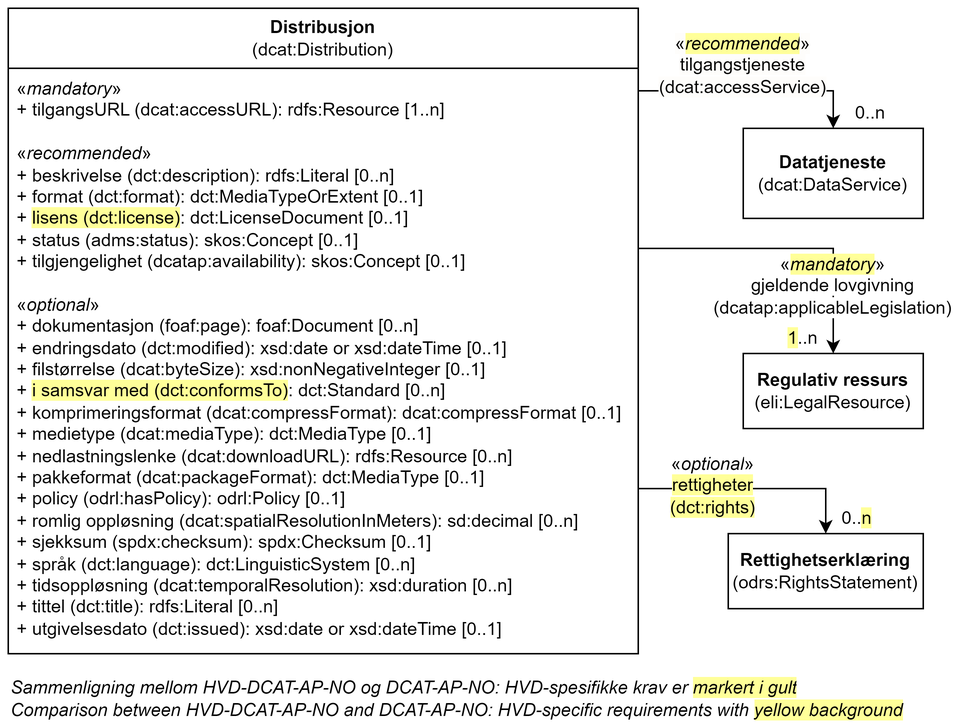
Earlier version of the draw.io export docs/images/Klassen-Distribusjon.png (Informasjonsforvaltning/hvd-dcat-ap-no). Source tidied: cells renumbered, new cells last; positions are measured from the earlier drawing's top-left corner, leaving out a move shared by most shapes.
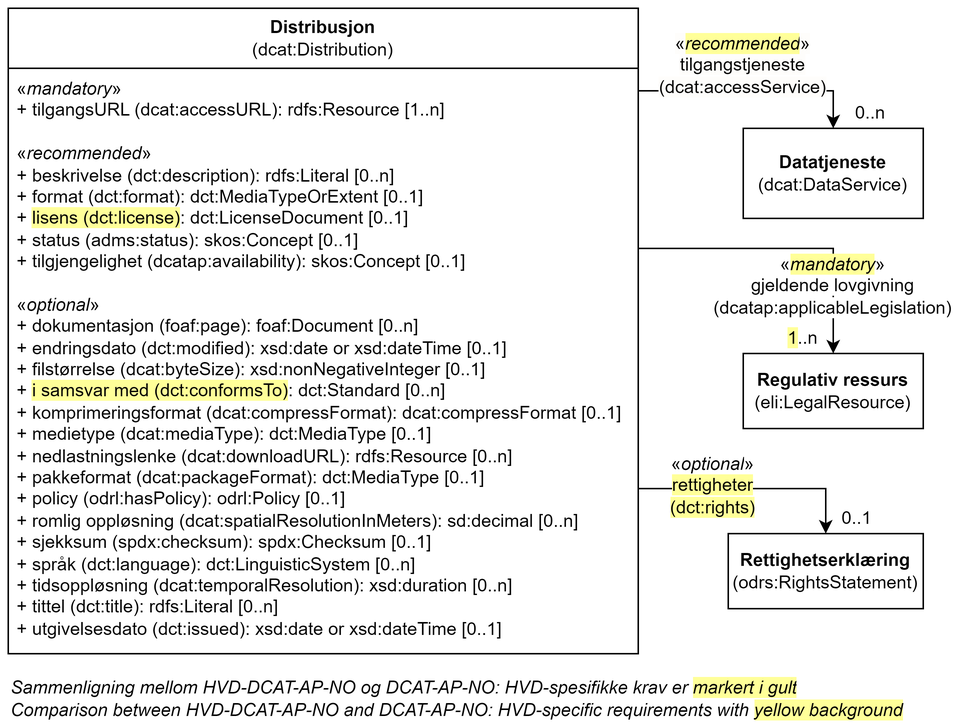
The same diagram one commit later.

Change to the diagram source:
```diff
@@ -57,7 +57,7 @@
     <mxCell id="14" value="&lt;span style=&quot;background-color: rgb(255, 255, 255);&quot;&gt;«&lt;/span&gt;&lt;i style=&quot;background-color: rgb(255, 255, 255);&quot;&gt;optional&lt;/i&gt;&lt;span style=&quot;background-color: rgb(255, 255, 255);&quot;&gt;»&lt;/span&gt;&lt;br&gt;&lt;span style=&quot;color: rgb(0, 0, 0); font-family: Helvetica; font-size: 12px; font-style: normal; font-variant-ligatures: normal; font-variant-caps: normal; font-weight: 400; letter-spacing: normal; orphans: 2; text-align: left; text-indent: 0px; text-transform: none; widows: 2; word-spacing: 0px; -webkit-text-stroke-width: 0px; white-space: normal; text-decoration-thickness: initial; text-decoration-style: initial; text-decoration-color: initial; float: none; display: inline !important; background-color: rgb(255, 255, 153);&quot;&gt;rettigheter (dct:rights)&lt;/span&gt;&lt;div&gt;&lt;br&gt;&lt;/div&gt;" style="text;html=1;align=center;verticalAlign=middle;whiteSpace=wrap;rounded=0;" parent="1" vertex="1">
       <mxGeometry x="440" y="310" width="60" height="30" as="geometry" />
     </mxCell>
-    <mxCell id="15" value="0..&lt;span style=&quot;background-color: rgb(255, 255, 153);&quot;&gt;n&lt;/span&gt;" style="text;html=1;strokeColor=none;fillColor=none;align=center;verticalAlign=middle;whiteSpace=wrap;rounded=0;" parent="1" vertex="1">
+    <mxCell id="15" value="0..1" style="text;html=1;strokeColor=none;fillColor=none;align=center;verticalAlign=middle;whiteSpace=wrap;rounded=0;" parent="1" vertex="1">
       <mxGeometry x="552" y="330" width="28" height="20" as="geometry" />
     </mxCell>
     <mxCell id="16" value="Sammenligning mellom HVD-DCAT-AP-NO og DCAT-AP-NO: HVD-spesifikke krav er&amp;nbsp;&lt;span style=&quot;background-color: rgb(255, 255, 153);&quot;&gt;markert i gult&lt;/span&gt;&lt;span style=&quot;background-color: rgb(255 , 255 , 255)&quot;&gt;&amp;nbsp;&lt;/span&gt;&lt;div&gt;&lt;span style=&quot;background-color: rgb(255 , 255 , 255)&quot;&gt;Comparison between HVD-DCAT-AP-NO and DCAT-AP-NO: HVD-specific requirements with &lt;/span&gt;&lt;span style=&quot;background-color: rgb(255, 255, 153);&quot;&gt;yellow background&lt;/span&gt;&lt;/div&gt;" style="text;html=1;strokeColor=none;fillColor=none;align=left;verticalAlign=middle;whiteSpace=wrap;rounded=0;fontStyle=2;" parent="1" vertex="1">
```
